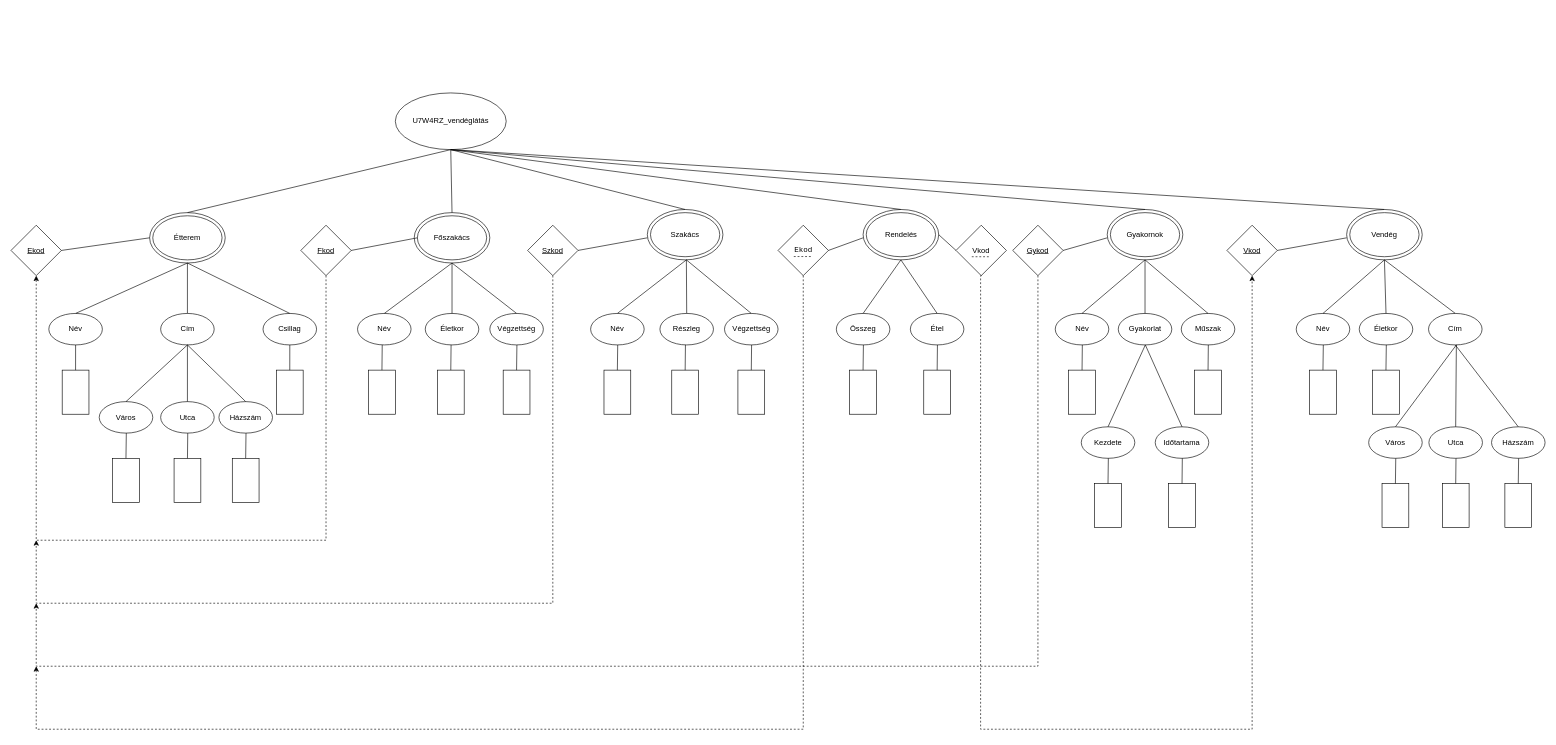
This is U7W4RZ_1008/XDMU7W4RZ.drawio from Valkenzo/U7W4RZWebXML, a draw.io file, before an edit. Source tidied: cells renumbered, new cells numbered last; positions are measured from the earlier drawing's top-left corner, leaving out a move shared by most shapes. Both pictures are drawn from the tidied source at 63%, with x=0, y=0 at pixel (11, 93).
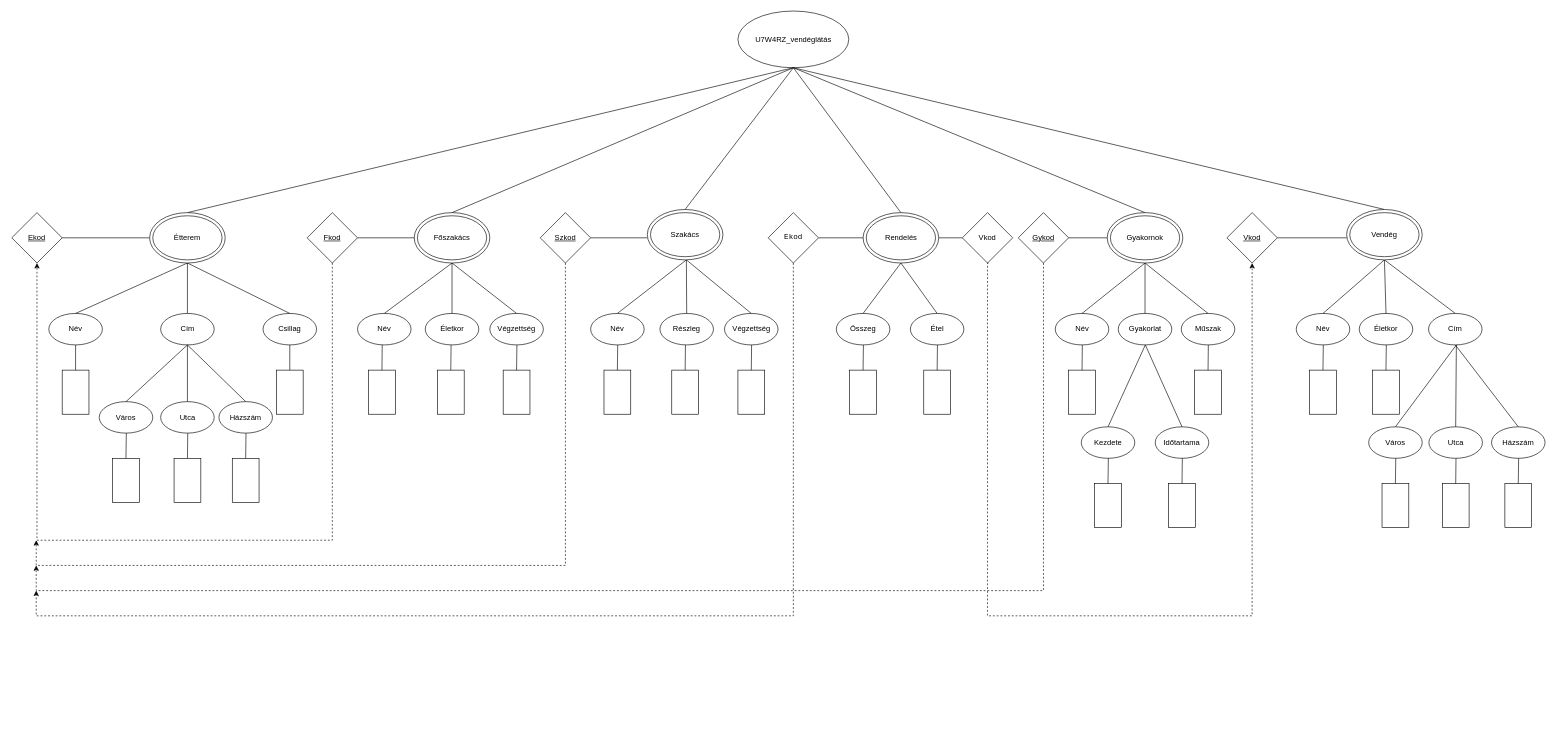
Above is the later version.

Commit message:
Update diagram layout and adjust element positioning in XDMU7W4RZ.drawio

Change to the diagram source:
```diff
@@
     <mxCell id="2" value="U7W4RZ_vendéglátás" style="ellipse;whiteSpace=wrap;html=1;" parent="1" vertex="1">
-      <mxGeometry x="610" width="176" height="90" as="geometry" />
+      <mxGeometry x="1153.8" y="-130" width="176" height="90" as="geometry" />
     </mxCell>
-    <mxCell id="3" style="ellipse;whiteSpace=wrap;html=1;" parent="1" vertex="1">
-      <mxGeometry x="220" y="190" width="120" height="80" as="geometry" />
-    </mxCell>
-    <mxCell id="4" value="Étterem" style="ellipse;whiteSpace=wrap;html=1;" parent="1" vertex="1">
-      <mxGeometry x="225" y="195" width="110" height="70" as="geometry" />
-    </mxCell>
-    <mxCell id="5" style="ellipse;whiteSpace=wrap;html=1;" parent="1" vertex="1">
-      <mxGeometry x="640" y="190" width="120" height="80" as="geometry" />
-    </mxCell>
-    <mxCell id="6" value="Főszakács" style="ellipse;whiteSpace=wrap;html=1;" parent="1" vertex="1">
-      <mxGeometry x="645" y="195" width="110" height="70" as="geometry" />
-    </mxCell>
-    <mxCell id="7" style="ellipse;whiteSpace=wrap;html=1;" parent="1" vertex="1">
-      <mxGeometry x="1010" y="185" width="120" height="80" as="geometry" />
-    </mxCell>
-    <mxCell id="8" value="Szakács" style="ellipse;whiteSpace=wrap;html=1;" parent="1" vertex="1">
-      <mxGeometry x="1015" y="190" width="110" height="70" as="geometry" />
-    </mxCell>
-    <mxCell id="9" style="ellipse;whiteSpace=wrap;html=1;" parent="1" vertex="1">
-      <mxGeometry x="2120" y="185" width="120" height="80" as="geometry" />
-    </mxCell>
-    <mxCell id="10" value="Vendég" style="ellipse;whiteSpace=wrap;html=1;" parent="1" vertex="1">
-      <mxGeometry x="2125" y="190" width="110" height="70" as="geometry" />
-    </mxCell>
-    <mxCell id="11" style="ellipse;whiteSpace=wrap;html=1;" parent="1" vertex="1">
-      <mxGeometry x="1740" y="185" width="120" height="80" as="geometry" />
-    </mxCell>
-    <mxCell id="12" value="Gyakornok" style="ellipse;whiteSpace=wrap;html=1;" parent="1" vertex="1">
-      <mxGeometry x="1745" y="190" width="110" height="70" as="geometry" />
-    </mxCell>
-    <mxCell id="13" style="ellipse;whiteSpace=wrap;html=1;" parent="1" vertex="1">
-      <mxGeometry x="1352.5" y="185" width="120" height="80" as="geometry" />
-    </mxCell>
-    <mxCell id="14" value="Rendelés" style="ellipse;whiteSpace=wrap;html=1;" parent="1" vertex="1">
-      <mxGeometry x="1357.5" y="190" width="110" height="70" as="geometry" />
-    </mxCell>
@@
     <mxCell id="43" value="&lt;u&gt;Ekod&lt;/u&gt;" style="rhombus;whiteSpace=wrap;html=1;" parent="1" vertex="1">
-      <mxGeometry y="210" width="80" height="80" as="geometry" />
+      <mxGeometry x="1.2" y="190" width="80" height="80" as="geometry" />
     </mxCell>
@@
+    <mxCell id="136" style="edgeStyle=orthogonalEdgeStyle;rounded=0;jettySize=auto;html=1;entryX=0.5;entryY=1;entryDx=0;entryDy=0;dashed=1;" parent="1" edge="1" source="51" target="43">
+      <mxGeometry relative="1" as="geometry">
+        <Array as="points">
+          <mxPoint x="510" y="710" />
+          <mxPoint x="41" y="710" />
+        </Array>
+      </mxGeometry>
+    </mxCell>
     <mxCell id="51" value="&lt;u&gt;Fkod&lt;/u&gt;" style="rhombus;whiteSpace=wrap;html=1;" parent="1" vertex="1">
-      <mxGeometry x="460" y="210" width="80" height="80" as="geometry" />
+      <mxGeometry x="470" y="190" width="80" height="80" as="geometry" />
     </mxCell>
@@
     <mxCell id="53" value="&lt;u&gt;Szkod&lt;/u&gt;" style="rhombus;whiteSpace=wrap;html=1;" parent="1" vertex="1">
-      <mxGeometry x="820" y="210" width="80" height="80" as="geometry" />
+      <mxGeometry x="840" y="190" width="80" height="80" as="geometry" />
     </mxCell>
@@
     <mxCell id="66" value="&lt;u&gt;Gykod&lt;/u&gt;" style="rhombus;whiteSpace=wrap;html=1;" parent="1" vertex="1">
-      <mxGeometry x="1590" y="210" width="80" height="80" as="geometry" />
+      <mxGeometry x="1598.8" y="190" width="80" height="80" as="geometry" />
     </mxCell>
@@
     <mxCell id="77" value="&lt;u&gt;Vkod&lt;/u&gt;" style="rhombus;whiteSpace=wrap;html=1;" parent="1" vertex="1">
-      <mxGeometry x="1930" y="210" width="80" height="80" as="geometry" />
+      <mxGeometry x="1930" y="190" width="80" height="80" as="geometry" />
     </mxCell>
@@
-    <mxCell id="125" style="endArrow=classic;html=1;rounded=0;edgeStyle=orthogonalEdgeStyle;dashed=1;" parent="1" edge="1">
-      <mxGeometry relative="1" as="geometry">
-        <mxPoint x="500" y="290" as="sourcePoint" />
-        <mxPoint x="40" y="290" as="targetPoint" />
-        <Array as="points">
-          <mxPoint x="500" y="710" />
-          <mxPoint x="40" y="710" />
-        </Array>
-      </mxGeometry>
-    </mxCell>
     <mxCell id="126" style="endArrow=classic;html=1;rounded=0;edgeStyle=orthogonalEdgeStyle;dashed=1;exitX=0.5;exitY=1;exitDx=0;exitDy=0;" parent="1" edge="1" source="53">
       <mxGeometry relative="1" as="geometry">
         <mxPoint x="40" y="710" as="targetPoint" />
         <Array as="points">
-          <mxPoint x="860" y="810" />
-          <mxPoint x="40" y="810" />
+          <mxPoint x="880" y="750" />
+          <mxPoint x="40" y="750" />
         </Array>
       </mxGeometry>
     </mxCell>
     <mxCell id="127" style="endArrow=classic;html=1;rounded=0;edgeStyle=orthogonalEdgeStyle;dashed=1;exitX=0.5;exitY=1;exitDx=0;exitDy=0;" parent="1" edge="1" source="66">
       <mxGeometry relative="1" as="geometry">
-        <mxPoint x="40" y="810" as="targetPoint" />
+        <mxPoint x="40" y="750" as="targetPoint" />
         <Array as="points">
-          <mxPoint x="1630" y="910" />
-          <mxPoint x="40" y="910" />
+          <mxPoint x="1639" y="790" />
+          <mxPoint x="40" y="790" />
         </Array>
       </mxGeometry>
     </mxCell>
     <mxCell id="128" value="&lt;pre&gt;Ekod&lt;/pre&gt;" style="rhombus;whiteSpace=wrap;html=1;" parent="1" vertex="1">
-      <mxGeometry x="1217.5" y="210" width="80" height="80" as="geometry" />
+      <mxGeometry x="1201.8" y="190" width="80" height="80" as="geometry" />
     </mxCell>
@@
-    <mxCell id="130" style="endArrow=classic;html=1;rounded=0;edgeStyle=orthogonalEdgeStyle;dashed=1;entryX=0.5;entryY=1;entryDx=0;entryDy=0;exitX=0.5;exitY=1;exitDx=0;exitDy=0;" parent="1" edge="1" source="128">
+    <mxCell id="130" style="endArrow=classic;html=1;rounded=0;edgeStyle=orthogonalEdgeStyle;dashed=1;exitX=0.5;exitY=1;exitDx=0;exitDy=0;" parent="1" edge="1" source="128">
       <mxGeometry relative="1" as="geometry">
-        <mxPoint x="40" y="910" as="targetPoint" />
+        <mxPoint x="40" y="790" as="targetPoint" />
         <Array as="points">
-          <mxPoint x="1257" y="1010" />
-          <mxPoint x="40" y="1010" />
-          <mxPoint x="40" y="910" />
+          <mxPoint x="1242" y="830" />
+          <mxPoint x="40" y="830" />
         </Array>
       </mxGeometry>
     </mxCell>
     <mxCell id="131" value="Vkod" style="rhombus;whiteSpace=wrap;html=1;" parent="1" vertex="1">
-      <mxGeometry x="1500" y="210" width="80" height="80" as="geometry" />
+      <mxGeometry x="1510" y="190" width="80" height="80" as="geometry" />
     </mxCell>
@@
     <mxCell id="133" style="endArrow=classic;html=1;rounded=0;edgeStyle=orthogonalEdgeStyle;dashed=1;entryX=0.5;entryY=1;entryDx=0;entryDy=0;exitX=0.5;exitY=1;exitDx=0;exitDy=0;" parent="1" edge="1" target="77">
       <mxGeometry relative="1" as="geometry">
-        <mxPoint x="1540.5" y="290" as="sourcePoint" />
+        <mxPoint x="1551.5" y="270" as="sourcePoint" />
         <Array as="points">
-          <mxPoint x="1539" y="290" />
-          <mxPoint x="1539" y="1010" />
-          <mxPoint x="1970" y="1010" />
+          <mxPoint x="1550" y="270" />
+          <mxPoint x="1550" y="830" />
+          <mxPoint x="1970" y="830" />
         </Array>
       </mxGeometry>
     </mxCell>
-    <mxCell id="134" style="endArrow=none;dashed=1;html=1;rounded=0;" parent="1" edge="1">
-      <mxGeometry relative="1" as="geometry">
-        <mxPoint x="1242.5" y="259.7" as="sourcePoint" />
-        <mxPoint x="1272.5" y="259.7" as="targetPoint" />
-      </mxGeometry>
-    </mxCell>
-    <mxCell id="135" style="endArrow=none;dashed=1;html=1;rounded=0;" parent="1" edge="1">
-      <mxGeometry relative="1" as="geometry">
-        <mxPoint x="1525" y="260" as="sourcePoint" />
-        <mxPoint x="1555" y="260" as="targetPoint" />
-      </mxGeometry>
-    </mxCell>
+    <mxCell id="137" style="group;" parent="1" vertex="1">
+      <mxGeometry x="1352.5" y="190" width="120" height="80" as="geometry" />
+    </mxCell>
+    <mxCell id="13" style="ellipse;whiteSpace=wrap;html=1;" parent="137" vertex="1">
+      <mxGeometry width="120" height="80" as="geometry" />
+    </mxCell>
+    <mxCell id="14" value="Rendelés" style="ellipse;whiteSpace=wrap;html=1;" parent="137" vertex="1">
+      <mxGeometry x="5" y="5" width="110" height="70" as="geometry" />
+    </mxCell>
+    <mxCell id="138" style="group;" parent="1" vertex="1">
+      <mxGeometry x="1740" y="190" width="120" height="80" as="geometry" />
+    </mxCell>
+    <mxCell id="11" style="ellipse;whiteSpace=wrap;html=1;" parent="138" vertex="1">
+      <mxGeometry width="120" height="80" as="geometry" />
+    </mxCell>
+    <mxCell id="12" value="Gyakornok" style="ellipse;whiteSpace=wrap;html=1;" parent="138" vertex="1">
+      <mxGeometry x="5" y="5" width="110" height="70" as="geometry" />
+    </mxCell>
+    <mxCell id="139" style="group;" parent="1" vertex="1">
+      <mxGeometry x="2120" y="185" width="120" height="80" as="geometry" />
+    </mxCell>
+    <mxCell id="9" style="ellipse;whiteSpace=wrap;html=1;" parent="139" vertex="1">
+      <mxGeometry width="120" height="80" as="geometry" />
+    </mxCell>
+    <mxCell id="10" value="Vendég" style="ellipse;whiteSpace=wrap;html=1;" parent="139" vertex="1">
+      <mxGeometry x="5" y="5" width="110" height="70" as="geometry" />
+    </mxCell>
+    <mxCell id="140" style="group;" parent="1" vertex="1">
+      <mxGeometry x="1010" y="185" width="120" height="80" as="geometry" />
+    </mxCell>
+    <mxCell id="7" style="ellipse;whiteSpace=wrap;html=1;" parent="140" vertex="1">
+      <mxGeometry width="120" height="80" as="geometry" />
+    </mxCell>
+    <mxCell id="8" value="Szakács" style="ellipse;whiteSpace=wrap;html=1;" parent="140" vertex="1">
+      <mxGeometry x="5" y="5" width="110" height="70" as="geometry" />
+    </mxCell>
+    <mxCell id="141" style="group;" parent="1" vertex="1">
+      <mxGeometry x="640" y="190" width="120" height="80" as="geometry" />
+    </mxCell>
+    <mxCell id="5" style="ellipse;whiteSpace=wrap;html=1;" parent="141" vertex="1">
+      <mxGeometry width="120" height="80" as="geometry" />
+    </mxCell>
+    <mxCell id="6" value="Főszakács" style="ellipse;whiteSpace=wrap;html=1;" parent="141" vertex="1">
+      <mxGeometry x="5" y="5" width="110" height="70" as="geometry" />
+    </mxCell>
+    <mxCell id="142" style="group;" parent="1" vertex="1">
+      <mxGeometry x="220" y="190" width="120" height="80" as="geometry" />
+    </mxCell>
+    <mxCell id="3" style="ellipse;whiteSpace=wrap;html=1;" parent="142" vertex="1">
+      <mxGeometry width="120" height="80" as="geometry" />
+    </mxCell>
+    <mxCell id="4" value="Étterem" style="ellipse;whiteSpace=wrap;html=1;" parent="142" vertex="1">
+      <mxGeometry x="5" y="5" width="110" height="70" as="geometry" />
+    </mxCell>
```
